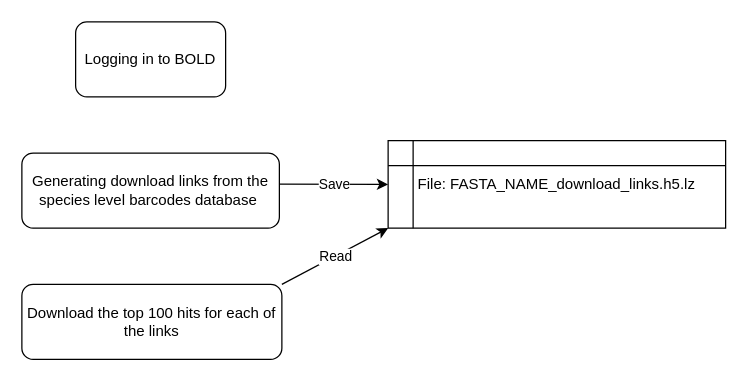
Before: how_it_works.drawio in DominikBuchner/BOLDigger2, a draw.io diagram. Source tidied: cells renumbered, new cells numbered last; positions are measured from the earlier drawing's top-left corner, leaving out a move shared by most shapes. Both pictures are drawn from the tidied source at 125%, with x=0, y=0 at pixel (21, 21).
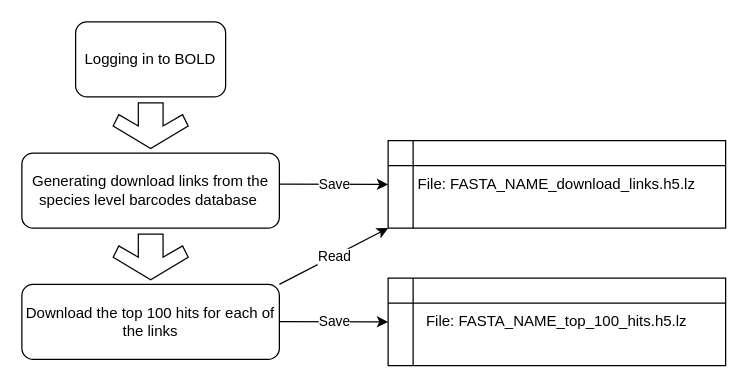
Above is the later version.

Change to the diagram source:
```diff
@@
 <mxGraphModel>
   <root>
     <mxCell id="0" />
     <mxCell id="1" parent="0" />
-    <mxCell id="2" value="Logging in to BOLD" style="rounded=1;whiteSpace=wrap;html=1;" parent="1" vertex="1">
+    <mxCell id="2" value="Logging in to BOLD" style="rounded=1;whiteSpace=wrap;html=1;flipV=1;" parent="1" vertex="1">
       <mxGeometry x="43" width="120" height="60" as="geometry" />
     </mxCell>
-    <mxCell id="3" value="Generating download links from the species level barcodes database&amp;nbsp;" style="rounded=1;whiteSpace=wrap;html=1;" parent="1" vertex="1">
+    <mxCell id="3" value="Generating download links from the species level barcodes database&amp;nbsp;" style="rounded=1;whiteSpace=wrap;html=1;flipV=1;" parent="1" vertex="1">
       <mxGeometry y="105" width="206" height="60" as="geometry" />
     </mxCell>
-    <mxCell id="4" value="Download the top 100 hits for each of the links" style="rounded=1;whiteSpace=wrap;html=1;" parent="1" vertex="1">
-      <mxGeometry y="210" width="208" height="60" as="geometry" />
+    <mxCell id="4" value="Download the top 100 hits for each of the links" style="rounded=1;whiteSpace=wrap;html=1;flipV=1;" parent="1" vertex="1">
+      <mxGeometry y="210" width="206" height="60" as="geometry" />
     </mxCell>
     <mxCell id="5" value="File: FASTA_NAME_download_links.h5.lz" style="shape=internalStorage;whiteSpace=wrap;html=1;backgroundOutline=1;" parent="1" vertex="1">
       <mxGeometry x="293" y="95" width="270" height="70" as="geometry" />
     </mxCell>
     <mxCell id="6" style="endArrow=classic;html=1;rounded=0;entryX=0;entryY=0.5;entryDx=0;entryDy=0;" parent="1" edge="1" target="5">
       <mxGeometry relative="1" as="geometry">
         <mxPoint x="206" y="129.7" as="sourcePoint" />
       </mxGeometry>
     </mxCell>
     <mxCell id="7" value="Save" style="edgeLabel;html=1;align=center;verticalAlign=middle;" parent="6" vertex="1">
       <mxGeometry relative="1" as="geometry" />
     </mxCell>
-    <mxCell id="8" style="endArrow=classic;html=1;rounded=0;exitX=1;exitY=0;exitDx=0;exitDy=0;entryX=0;entryY=1;entryDx=0;entryDy=0;" parent="1" edge="1" source="4" target="5">
+    <mxCell id="8" style="endArrow=classic;html=1;rounded=0;entryX=0;entryY=1;entryDx=0;entryDy=0;exitX=1;exitY=0;exitDx=0;exitDy=0;" parent="1" edge="1" source="4" target="5">
       <mxGeometry relative="1" as="geometry" />
     </mxCell>
     <mxCell id="9" value="Read" style="edgeLabel;html=1;align=center;verticalAlign=middle;" parent="8" vertex="1">
       <mxGeometry relative="1" as="geometry" />
     </mxCell>
+    <mxCell id="10" value="File: FASTA_NAME_top_100_hits.h5.lz" style="shape=internalStorage;whiteSpace=wrap;html=1;backgroundOutline=1;" parent="1" vertex="1">
+      <mxGeometry x="293" y="205" width="270" height="70" as="geometry" />
+    </mxCell>
+    <mxCell id="11" style="endArrow=classic;html=1;rounded=0;entryX=0;entryY=0.5;entryDx=0;entryDy=0;" parent="1" edge="1">
+      <mxGeometry relative="1" as="geometry">
+        <mxPoint x="206" y="239.7" as="sourcePoint" />
+        <mxPoint x="293" y="240" as="targetPoint" />
+      </mxGeometry>
+    </mxCell>
+    <mxCell id="12" value="Save" style="edgeLabel;html=1;align=center;verticalAlign=middle;" parent="11" vertex="1">
+      <mxGeometry relative="1" as="geometry" />
+    </mxCell>
+    <mxCell id="13" style="html=1;shadow=0;dashed=0;align=center;verticalAlign=middle;shape=mxgraph.arrows2.sharpArrow2;dy1=0.67;dx1=18;dx2=18;dy3=0.15;dx3=27;notch=0;rotation=90;flipV=1;" parent="1" vertex="1">
+      <mxGeometry x="84.8" y="53" width="36.5" height="60" as="geometry" />
+    </mxCell>
+    <mxCell id="14" style="html=1;shadow=0;dashed=0;align=center;verticalAlign=middle;shape=mxgraph.arrows2.sharpArrow2;dy1=0.67;dx1=18;dx2=18;dy3=0.15;dx3=27;notch=0;rotation=90;flipV=1;" parent="1" vertex="1">
+      <mxGeometry x="84.8" y="158" width="36.5" height="60" as="geometry" />
+    </mxCell>
   </root>
 </mxGraphModel>
```
